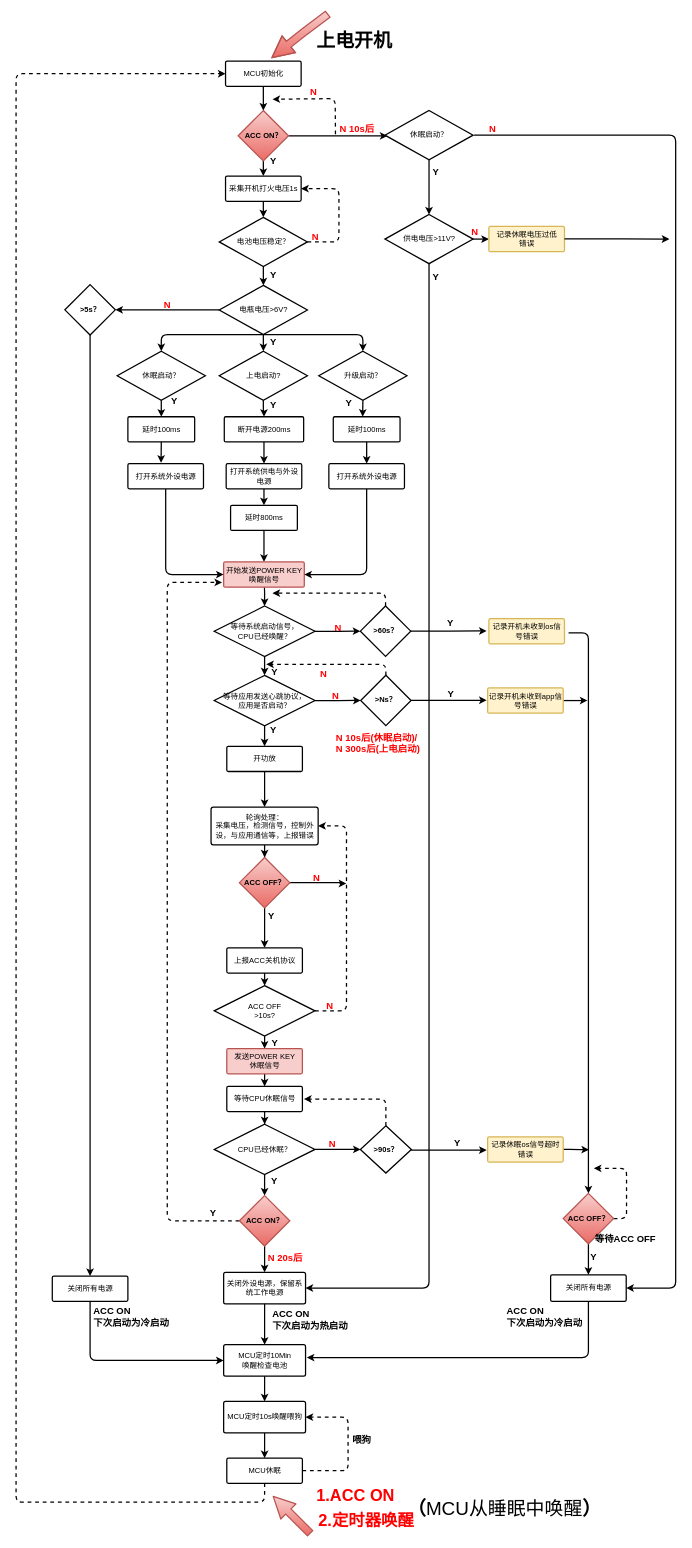
Before: page "第 3 页" (3 of 3) of 009_XIUMING.drawio in yintianlan/Picture_Draw, a draw.io diagram. Source tidied: cells renumbered, new cells numbered last; positions are measured from the earlier drawing's top-left corner, leaving out a move shared by most shapes. Both pictures are drawn from the tidied source at 63%, with x=0, y=0 at pixel (16, 14).
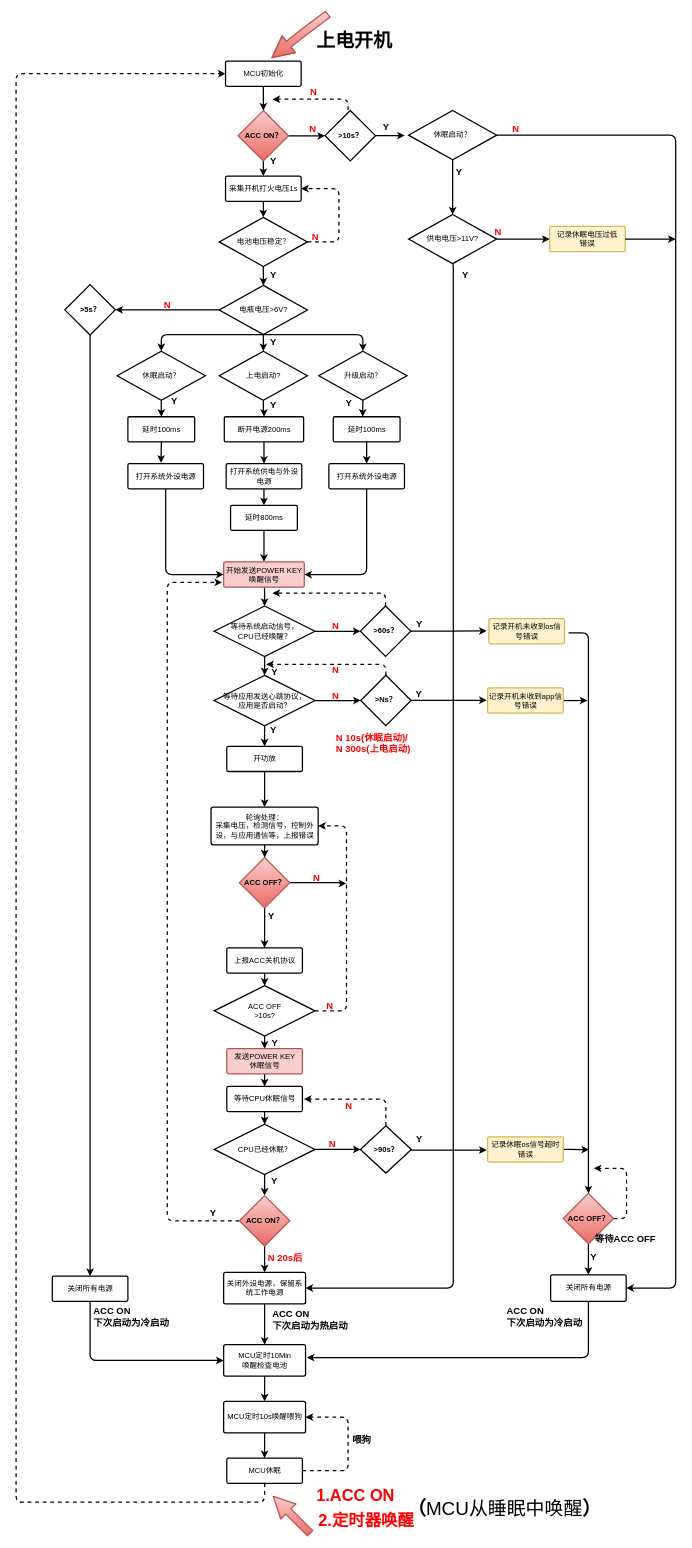
Above is the later version.

Unchanged cells that the change refers to:
```xml
<mxCell id="5" value="&lt;b&gt;ACC ON？&lt;/b&gt;" style="rhombus;whiteSpace=wrap;html=1;strokeWidth=2;fillColor=#f8cecc;fontFamily=Helvetica;align=center;strokeColor=#b85450;gradientColor=#ea6b66;" parent="1" vertex="1">
  <mxGeometry x="352.5" y="153" width="80" height="80" as="geometry" />
</mxCell>
<mxCell id="18" value="等待系统启动信号，&lt;br&gt;CPU已经唤醒？" style="strokeWidth=2;html=1;shape=mxgraph.flowchart.decision;whiteSpace=wrap;fillColor=#ffffff;fontFamily=Helvetica;align=center;strokeColor=#000000;" parent="1" vertex="1">
  <mxGeometry x="314.5" y="939.5" width="160" height="80" as="geometry" />
</mxCell>
<mxCell id="35" value="关闭外设电源，保留系统工作电源" style="strokeWidth=2;html=1;shape=mxgraph.flowchart.process;whiteSpace=wrap;fillColor=none;fontFamily=Helvetica;align=center;strokeColor=#000000;" parent="1" vertex="1">
  <mxGeometry x="329.5" y="1997" width="130" height="50" as="geometry" />
</mxCell>
<mxCell id="48" value="等待应用发送心跳协议，&lt;br&gt;应用是否启动？" style="strokeWidth=2;html=1;shape=mxgraph.flowchart.decision;whiteSpace=wrap;fillColor=#ffffff;fontFamily=Helvetica;align=center;strokeColor=#000000;" parent="1" vertex="1">
  <mxGeometry x="314.5" y="1049.5" width="160" height="80" as="geometry" />
</mxCell>
<mxCell id="87" value="关闭所有电源" style="strokeWidth=2;html=1;shape=mxgraph.flowchart.process;whiteSpace=wrap;fillColor=none;fontFamily=Helvetica;align=center;strokeColor=#000000;" parent="1" vertex="1">
  <mxGeometry x="848.5" y="2001" width="120" height="42" as="geometry" />
</mxCell>
<mxCell id="141" value="&lt;b&gt;&amp;gt;60s？&lt;/b&gt;" style="rhombus;whiteSpace=wrap;html=1;strokeWidth=2;fontFamily=Helvetica;align=center;" parent="1" vertex="1">
  <mxGeometry x="546.5" y="939.3" width="80" height="80" as="geometry" />
</mxCell>
<mxCell id="144" value="&lt;b&gt;&amp;gt;Ns？&lt;/b&gt;" style="rhombus;whiteSpace=wrap;html=1;strokeWidth=2;fontFamily=Helvetica;align=center;" parent="1" vertex="1">
  <mxGeometry x="547" y="1049.3" width="80" height="80" as="geometry" />
</mxCell>
```

Diff of the diagram source:
```diff
@@
     <mxCell id="2" value="&lt;font style=&quot;font-size: 15px&quot;&gt;&lt;br&gt;&lt;/font&gt;" style="text;html=1;align=left;verticalAlign=top;spacingTop=-4;" parent="1" vertex="1">
-      <mxGeometry x="699.5" y="402.5" width="20" height="20" as="geometry" />
+      <mxGeometry x="737" y="402.5" width="20" height="20" as="geometry" />
     </mxCell>
@@
-    <mxCell id="4" style="edgeStyle=orthogonalEdgeStyle;rounded=1;jettySize=auto;html=1;exitX=1;exitY=0.5;exitDx=0;exitDy=0;strokeWidth=2;entryX=0.029;entryY=0.517;entryDx=0;entryDy=0;entryPerimeter=0;" parent="1" edge="1" source="5" target="76">
-      <mxGeometry relative="1" as="geometry" />
+    <mxCell id="4" style="edgeStyle=orthogonalEdgeStyle;rounded=1;jettySize=auto;html=1;exitX=1;exitY=0.5;exitDx=0;exitDy=0;strokeWidth=2;entryX=0;entryY=0.5;entryDx=0;entryDy=0;" parent="1" edge="1" source="5" target="155">
+      <mxGeometry relative="1" as="geometry">
+        <Array as="points">
+          <mxPoint x="487" y="193" />
+        </Array>
+      </mxGeometry>
     </mxCell>
@@
     <mxCell id="17" style="edgeStyle=orthogonalEdgeStyle;rounded=0;jettySize=auto;html=1;strokeWidth=2;" parent="1" edge="1" source="18" target="141">
-      <mxGeometry relative="1" as="geometry" />
+      <mxGeometry relative="1" as="geometry">
+        <Array as="points">
+          <mxPoint x="547" y="979" />
+          <mxPoint x="547" y="979" />
+        </Array>
+      </mxGeometry>
     </mxCell>
@@
-    <mxCell id="20" value="&lt;span style=&quot;font-size: 15px&quot;&gt;&lt;font color=&quot;#ff0000&quot;&gt;N 10s后&lt;/font&gt;&lt;/span&gt;" style="text;html=1;align=left;verticalAlign=top;spacingTop=-4;fontFamily=Helvetica;strokeWidth=2;fontSize=15;fontStyle=1;fillColor=none;" parent="1" vertex="1">
-      <mxGeometry x="511.5" y="170.5" width="70" height="20" as="geometry" />
+    <mxCell id="20" value="&lt;span style=&quot;font-size: 15px&quot;&gt;&lt;font color=&quot;#ff0000&quot;&gt;N&lt;/font&gt;&lt;/span&gt;" style="text;html=1;align=left;verticalAlign=top;spacingTop=-4;fontFamily=Helvetica;strokeWidth=2;fontSize=15;fontStyle=1;fillColor=none;" parent="1" vertex="1">
+      <mxGeometry x="464" y="170.5" width="30" height="20" as="geometry" />
     </mxCell>
@@
     <mxCell id="47" style="edgeStyle=orthogonalEdgeStyle;rounded=0;jettySize=auto;html=1;strokeWidth=2;" parent="1" edge="1" source="48" target="144">
-      <mxGeometry relative="1" as="geometry" />
+      <mxGeometry relative="1" as="geometry">
+        <Array as="points">
+          <mxPoint x="537" y="1090" />
+          <mxPoint x="537" y="1090" />
+        </Array>
+      </mxGeometry>
     </mxCell>
@@
     <mxCell id="72" style="edgeStyle=orthogonalEdgeStyle;rounded=1;jettySize=auto;html=1;exitX=0.5;exitY=1;exitDx=0;exitDy=0;exitPerimeter=0;strokeWidth=2;entryX=1;entryY=0.5;entryDx=0;entryDy=0;entryPerimeter=0;" parent="1" edge="1" source="73" target="35">
       <mxGeometry relative="1" as="geometry">
         <Array as="points">
-          <mxPoint x="656" y="2022" />
+          <mxPoint x="694" y="2022" />
         </Array>
       </mxGeometry>
     </mxCell>
     <mxCell id="73" value="供电电压&amp;gt;11V?" style="strokeWidth=2;html=1;shape=mxgraph.flowchart.decision;whiteSpace=wrap;fillColor=#ffffff;fontFamily=Helvetica;align=center;strokeColor=#000000;" parent="1" vertex="1">
-      <mxGeometry x="585.5" y="318" width="140" height="78" as="geometry" />
+      <mxGeometry x="623" y="318" width="140" height="78" as="geometry" />
     </mxCell>
@@
     <mxCell id="76" value="休眠启动？" style="strokeWidth=2;html=1;shape=mxgraph.flowchart.decision;whiteSpace=wrap;fillColor=#ffffff;fontFamily=Helvetica;align=center;strokeColor=#000000;" parent="1" vertex="1">
-      <mxGeometry x="585.5" y="153" width="140" height="78" as="geometry" />
+      <mxGeometry x="623" y="153" width="140" height="78" as="geometry" />
     </mxCell>
     <mxCell id="77" value="Y" style="text;html=1;align=center;verticalAlign=middle;spacingTop=-4;fontFamily=Helvetica;labelPosition=center;verticalLabelPosition=middle;strokeWidth=2;fontSize=15;fontStyle=1;" parent="1" vertex="1">
-      <mxGeometry x="655.5" y="247" width="20" height="10" as="geometry" />
+      <mxGeometry x="693" y="247" width="20" height="10" as="geometry" />
     </mxCell>
@@
     <mxCell id="79" value="&lt;span style=&quot;font-size: 15px&quot;&gt;&lt;font color=&quot;#ff0000&quot;&gt;N&lt;/font&gt;&lt;/span&gt;" style="text;html=1;align=left;verticalAlign=top;spacingTop=-4;fontFamily=Helvetica;strokeWidth=2;fontSize=15;fontStyle=1;" parent="1" vertex="1">
-      <mxGeometry x="720.5" y="333.5" width="30" height="20" as="geometry" />
+      <mxGeometry x="758" y="333.5" width="30" height="20" as="geometry" />
     </mxCell>
-    <mxCell id="80" value="&lt;span style=&quot;font-size: 15px&quot;&gt;&lt;font color=&quot;#ff0000&quot;&gt;N 10s后(休眠启动)/&lt;br&gt;N 300s后(上电启动)&lt;br&gt;&lt;/font&gt;&lt;/span&gt;" style="text;html=1;align=left;verticalAlign=top;spacingTop=-4;fontFamily=Helvetica;strokeWidth=2;fontSize=15;fontStyle=1;" parent="1" vertex="1">
-      <mxGeometry x="505.5" y="1137" width="150" height="40" as="geometry" />
+    <mxCell id="80" value="&lt;span style=&quot;font-size: 15px&quot;&gt;&lt;font color=&quot;#ff0000&quot;&gt;N 10s(休眠启动)/&lt;br&gt;N 300s(上电启动)&lt;br&gt;&lt;/font&gt;&lt;/span&gt;" style="text;html=1;align=left;verticalAlign=top;spacingTop=-4;fontFamily=Helvetica;strokeWidth=2;fontSize=15;fontStyle=1;" parent="1" vertex="1">
+      <mxGeometry x="505.5" y="1137" width="130" height="40" as="geometry" />
     </mxCell>
     <mxCell id="81" value="&lt;span style=&quot;font-size: 15px&quot;&gt;&lt;font color=&quot;#ff0000&quot;&gt;N&lt;/font&gt;&lt;/span&gt;" style="text;html=1;align=left;verticalAlign=top;spacingTop=-4;fontFamily=Helvetica;strokeWidth=2;fontSize=15;fontStyle=1;" parent="1" vertex="1">
-      <mxGeometry x="503.5" y="962" width="30" height="20" as="geometry" />
+      <mxGeometry x="499.5" y="959.5" width="30" height="20" as="geometry" />
     </mxCell>
@@
     <mxCell id="89" value="Y" style="text;html=1;align=center;verticalAlign=middle;spacingTop=-4;fontFamily=Helvetica;labelPosition=center;verticalLabelPosition=middle;strokeWidth=2;fontSize=15;fontStyle=1;" parent="1" vertex="1">
-      <mxGeometry x="655.5" y="414" width="20" height="10" as="geometry" />
+      <mxGeometry x="703" y="410.5" width="20" height="10" as="geometry" />
     </mxCell>
@@
     <mxCell id="95" value="&lt;font color=&quot;#ff0000&quot;&gt;N&lt;/font&gt;" style="text;html=1;align=left;verticalAlign=top;spacingTop=-4;fontFamily=Helvetica;fontSize=15;fontStyle=1;" parent="1" vertex="1">
-      <mxGeometry x="748.5" y="170.5" width="30" height="20" as="geometry" />
+      <mxGeometry x="786" y="170.5" width="30" height="20" as="geometry" />
     </mxCell>
@@
     <mxCell id="100" value="记录休眠电压过低&lt;br&gt;错误" style="strokeWidth=2;html=1;shape=mxgraph.flowchart.process;whiteSpace=wrap;fillColor=#fff2cc;fontFamily=Helvetica;align=center;strokeColor=#d6b656;" parent="1" vertex="1">
-      <mxGeometry x="750.5" y="337" width="120" height="40" as="geometry" />
+      <mxGeometry x="847" y="337" width="120" height="40" as="geometry" />
     </mxCell>
@@
     <mxCell id="134" style="endArrow=classic;html=1;strokeWidth=2;dashed=1;" parent="1" edge="1">
       <mxGeometry relative="1" as="geometry">
-        <mxPoint x="507" y="190.5" as="sourcePoint" />
+        <mxPoint x="527" y="152" as="sourcePoint" />
         <mxPoint x="407" y="135" as="targetPoint" />
         <Array as="points">
-          <mxPoint x="506.5" y="134" />
+          <mxPoint x="527" y="135" />
         </Array>
       </mxGeometry>
     </mxCell>
@@
-    <mxCell id="136" style="edgeStyle=orthogonalEdgeStyle;rounded=1;jettySize=auto;html=1;strokeWidth=2;entryX=1;entryY=0.5;entryDx=0;entryDy=0;entryPerimeter=0;" parent="1" edge="1" target="87">
+    <mxCell id="136" style="edgeStyle=orthogonalEdgeStyle;rounded=1;jettySize=auto;html=1;strokeWidth=2;entryX=1;entryY=0.5;entryDx=0;entryDy=0;entryPerimeter=0;exitX=1;exitY=0.5;exitDx=0;exitDy=0;exitPerimeter=0;" parent="1" edge="1" source="76" target="87">
       <mxGeometry relative="1" as="geometry">
-        <mxPoint x="727" y="192" as="sourcePoint" />
         <Array as="points">
           <mxPoint x="1047" y="192" />
           <mxPoint x="1047" y="2022" />
         </Array>
       </mxGeometry>
     </mxCell>
-    <mxCell id="137" style="edgeStyle=orthogonalEdgeStyle;rounded=1;orthogonalLoop=1;jettySize=auto;html=1;strokeWidth=2;" parent="1" edge="1">
+    <mxCell id="137" style="edgeStyle=orthogonalEdgeStyle;rounded=1;jettySize=auto;html=1;strokeWidth=2;exitX=1;exitY=0.5;exitDx=0;exitDy=0;exitPerimeter=0;" parent="1" edge="1" source="100">
       <mxGeometry relative="1" as="geometry">
-        <mxPoint x="870.5" y="356.5" as="sourcePoint" />
-        <mxPoint x="1037" y="357" as="targetPoint" />
-        <Array as="points">
-          <mxPoint x="954" y="357" />
-        </Array>
+        <mxPoint x="1047" y="357" as="targetPoint" />
       </mxGeometry>
     </mxCell>
@@
     <mxCell id="149" value="&lt;span style=&quot;font-size: 15px&quot;&gt;&lt;font color=&quot;#ff0000&quot;&gt;N&lt;/font&gt;&lt;/span&gt;" style="text;html=1;align=left;verticalAlign=top;spacingTop=-4;fontFamily=Helvetica;strokeWidth=2;fontSize=15;fontStyle=1;" parent="1" vertex="1">
-      <mxGeometry x="480.5" y="1034.5" width="30" height="20" as="geometry" />
+      <mxGeometry x="499.5" y="1029.5" width="30" height="20" as="geometry" />
     </mxCell>
     <mxCell id="150" value="Y" style="text;html=1;align=center;verticalAlign=middle;spacingTop=-4;fontFamily=Helvetica;labelPosition=center;verticalLabelPosition=middle;strokeWidth=2;fontSize=15;fontStyle=1;" parent="1" vertex="1">
-      <mxGeometry x="679.5" y="1074.5" width="20" height="10" as="geometry" />
+      <mxGeometry x="629" y="1074.5" width="20" height="10" as="geometry" />
     </mxCell>
     <mxCell id="151" value="Y" style="text;html=1;align=center;verticalAlign=middle;spacingTop=-4;fontFamily=Helvetica;labelPosition=center;verticalLabelPosition=middle;strokeWidth=2;fontSize=15;fontStyle=1;" parent="1" vertex="1">
-      <mxGeometry x="678.5" y="962" width="20" height="10" as="geometry" />
+      <mxGeometry x="630" y="964.5" width="20" height="10" as="geometry" />
     </mxCell>
     <mxCell id="152" value="Y" style="text;html=1;align=center;verticalAlign=middle;spacingTop=-4;fontFamily=Helvetica;labelPosition=center;verticalLabelPosition=middle;strokeWidth=2;fontSize=15;fontStyle=1;" parent="1" vertex="1">
-      <mxGeometry x="689.5" y="1787.5" width="20" height="10" as="geometry" />
+      <mxGeometry x="630" y="1782" width="20" height="10" as="geometry" />
     </mxCell>
+    <mxCell id="153" value="&lt;font color=&quot;#ff0000&quot;&gt;N&lt;/font&gt;" style="text;html=1;align=left;verticalAlign=top;spacingTop=-4;fontFamily=Helvetica;fontSize=15;fontStyle=1;" parent="1" vertex="1">
+      <mxGeometry x="520.5" y="1722" width="30" height="20" as="geometry" />
+    </mxCell>
+    <mxCell id="154" style="edgeStyle=orthogonalEdgeStyle;rounded=0;jettySize=auto;html=1;exitX=1;exitY=0.5;exitDx=0;exitDy=0;strokeWidth=2;" parent="1" edge="1" source="155">
+      <mxGeometry relative="1" as="geometry">
+        <mxPoint x="617" y="192.6" as="targetPoint" />
+      </mxGeometry>
+    </mxCell>
+    <mxCell id="155" value="&lt;b&gt;&amp;gt;10s？&lt;/b&gt;" style="rhombus;whiteSpace=wrap;html=1;strokeWidth=2;fontFamily=Helvetica;align=center;" parent="1" vertex="1">
+      <mxGeometry x="490.5" y="152.8" width="80" height="80" as="geometry" />
+    </mxCell>
+    <mxCell id="156" value="Y" style="text;html=1;align=center;verticalAlign=middle;spacingTop=-4;fontFamily=Helvetica;labelPosition=center;verticalLabelPosition=middle;strokeWidth=2;fontSize=15;fontStyle=1;" parent="1" vertex="1">
+      <mxGeometry x="576.5" y="175.5" width="20" height="10" as="geometry" />
+    </mxCell>
```
